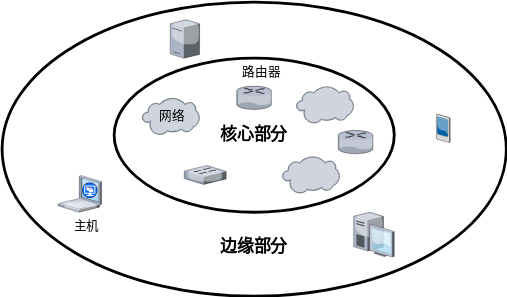
Earlier version of the draw.io export pictures/计算机网络-核心部分和边缘部分.drawio.svg (creatern/NoteBook). Source tidied: cells renumbered, new cells last; positions are measured from the earlier drawing's top-left corner, leaving out a move shared by most shapes.
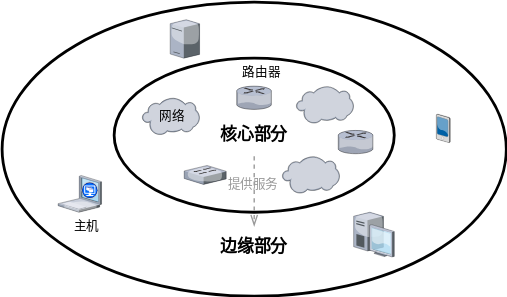
After the commit.

Commit message:
计算机网络

The edit, as a diff of the source:
```diff
@@ -53,5 +53,11 @@
     <mxCell id="18" style="verticalLabelPosition=bottom;sketch=0;html=1;verticalAlign=top;strokeColor=none;align=center;shape=mxgraph.citrix.license_server;" parent="1" vertex="1">
       <mxGeometry x="120" y="12.5" width="21" height="27.5" as="geometry" />
     </mxCell>
+    <mxCell id="19" value="提供服务" style="text;html=1;align=center;verticalAlign=middle;strokeColor=none;fillColor=none;fontSize=9;fontColor=#999999;" parent="1" vertex="1">
+      <mxGeometry x="149" y="119.9" width="60" height="20" as="geometry" />
+    </mxCell>
+    <mxCell id="20" style="endArrow=openThin;html=1;rounded=0;labelBackgroundColor=default;strokeColor=#999999;strokeWidth=1;fontFamily=Helvetica;fontSize=11;fontColor=default;shape=connector;endFill=0;dashed=1;entryX=0.5;entryY=0;entryDx=0;entryDy=0;exitX=0.5;exitY=1;exitDx=0;exitDy=0;" parent="1" edge="1" source="4" target="5">
+      <mxGeometry relative="1" as="geometry" />
+    </mxCell>
   </root>
 </mxGraphModel>
```
